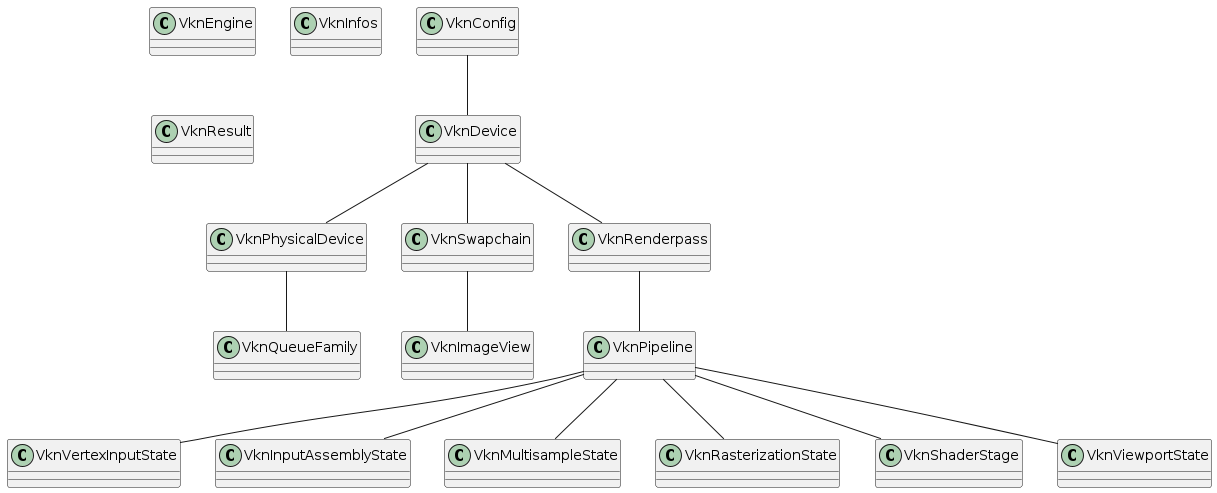
Before: projectStructure/projectStructure.png, a diagram exported from PlantUML (nmoehring/VknConfig). The source it was exported from:
```plantuml
@startuml
class VknConfig {
}
class VknDevice {
}
class VknPhysicalDevice {
}
class VknQueueFamily {
}
class VknSwapchain {
}
class VknImageView {
}
class VknRenderpass {
}
class VknPipeline {
}
class VknVertexInputState {
}
class VknInputAssemblyState {
}
class VknMultisampleState {
}
class VknRasterizationState {
}
class VknShaderStage {
}
class VknViewportState {
}
class VknEngine {
}
class VknInfos {
}
class VknResult {
}

VknConfig -- VknDevice
VknDevice -- VknPhysicalDevice
VknPhysicalDevice -- VknQueueFamily
VknDevice -- VknSwapchain
VknSwapchain -- VknImageView
VknDevice -- VknRenderpass
VknRenderpass -- VknPipeline
VknPipeline -- VknVertexInputState
VknPipeline -- VknInputAssemblyState
VknPipeline -- VknMultisampleState
VknPipeline -- VknRasterizationState
VknPipeline -- VknShaderStage
VknPipeline -- VknViewportState
@enduml
```
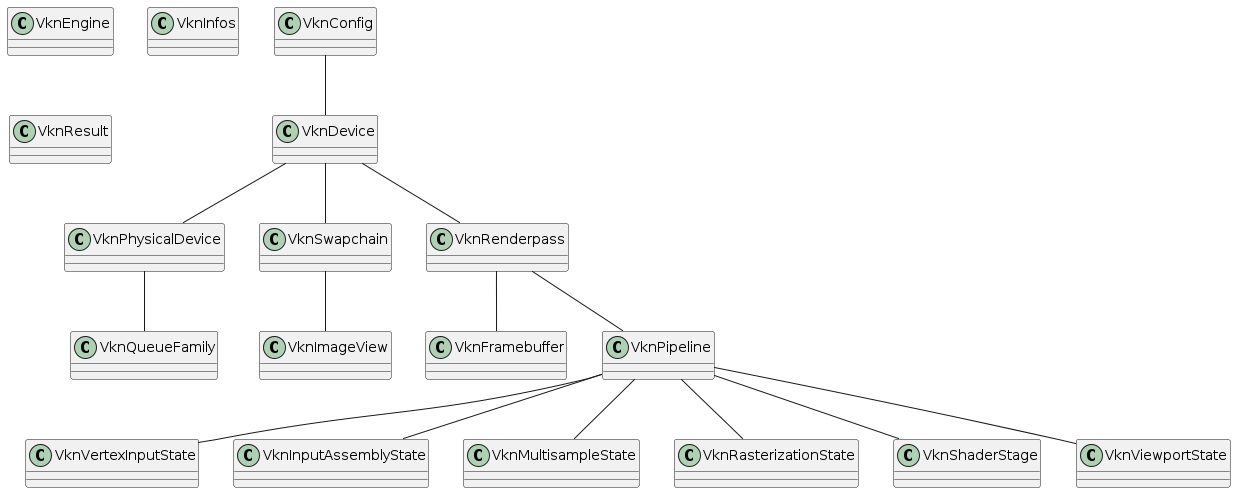
After the commit.

What changed in the source:
```diff
@@ -12,6 +12,8 @@
 class VknImageView {
 }
 class VknRenderpass {
+}
+class VknFramebuffer {
 }
 class VknPipeline {
 }
@@ -41,6 +43,7 @@
 VknSwapchain -- VknImageView
 VknDevice -- VknRenderpass
 VknRenderpass -- VknPipeline
+VknRenderpass -- VknFramebuffer
 VknPipeline -- VknVertexInputState
 VknPipeline -- VknInputAssemblyState
 VknPipeline -- VknMultisampleState
```
